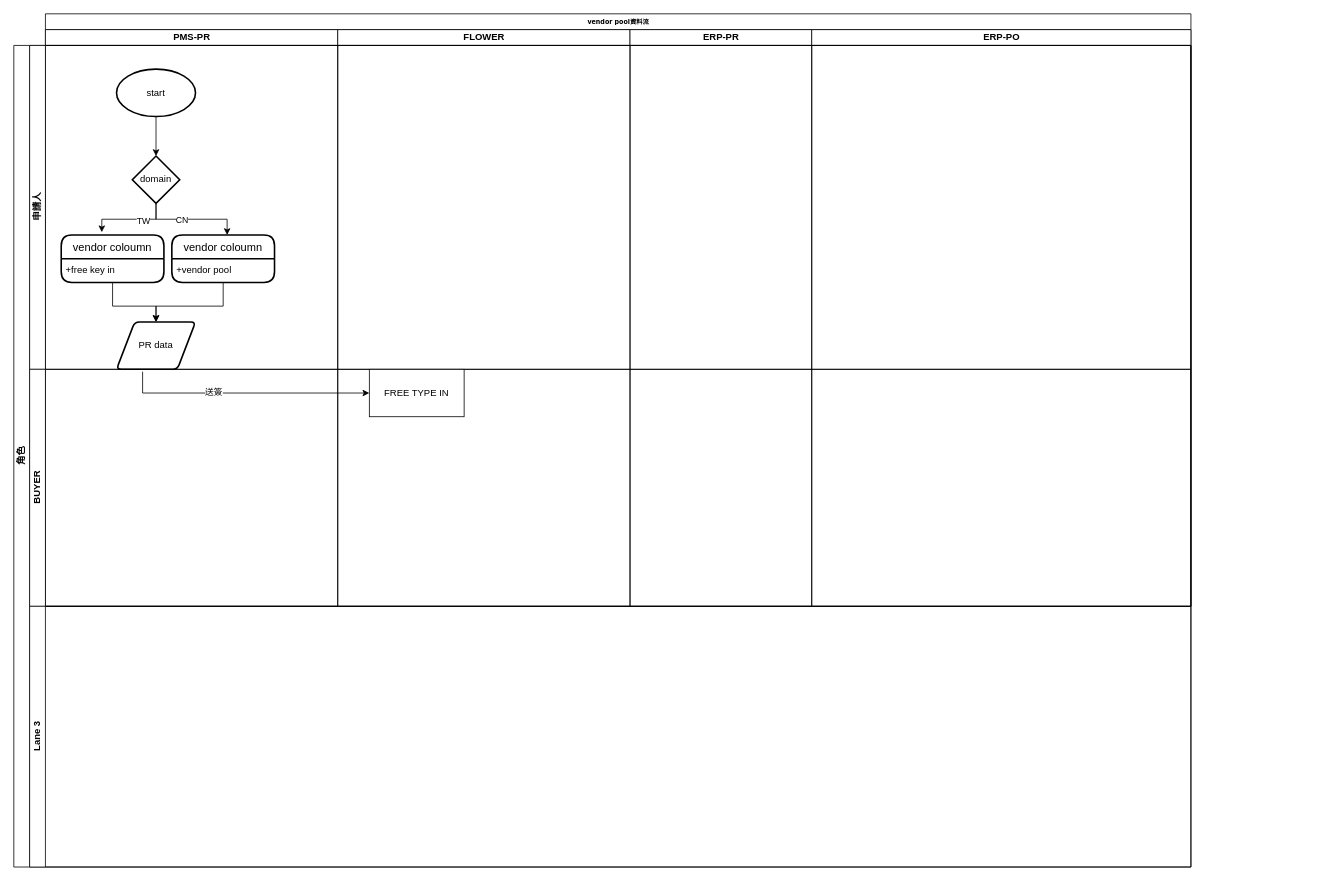
The draw.io diagram 未命名绘图.drawio in kevin94705/HW3M10923023, before the edit. Source tidied: cells renumbered, new cells numbered last; positions are measured from the earlier drawing's top-left corner, leaving out a move shared by most shapes. Both pictures are drawn from the tidied source at 79%, with x=0, y=0 at pixel (13, 13).
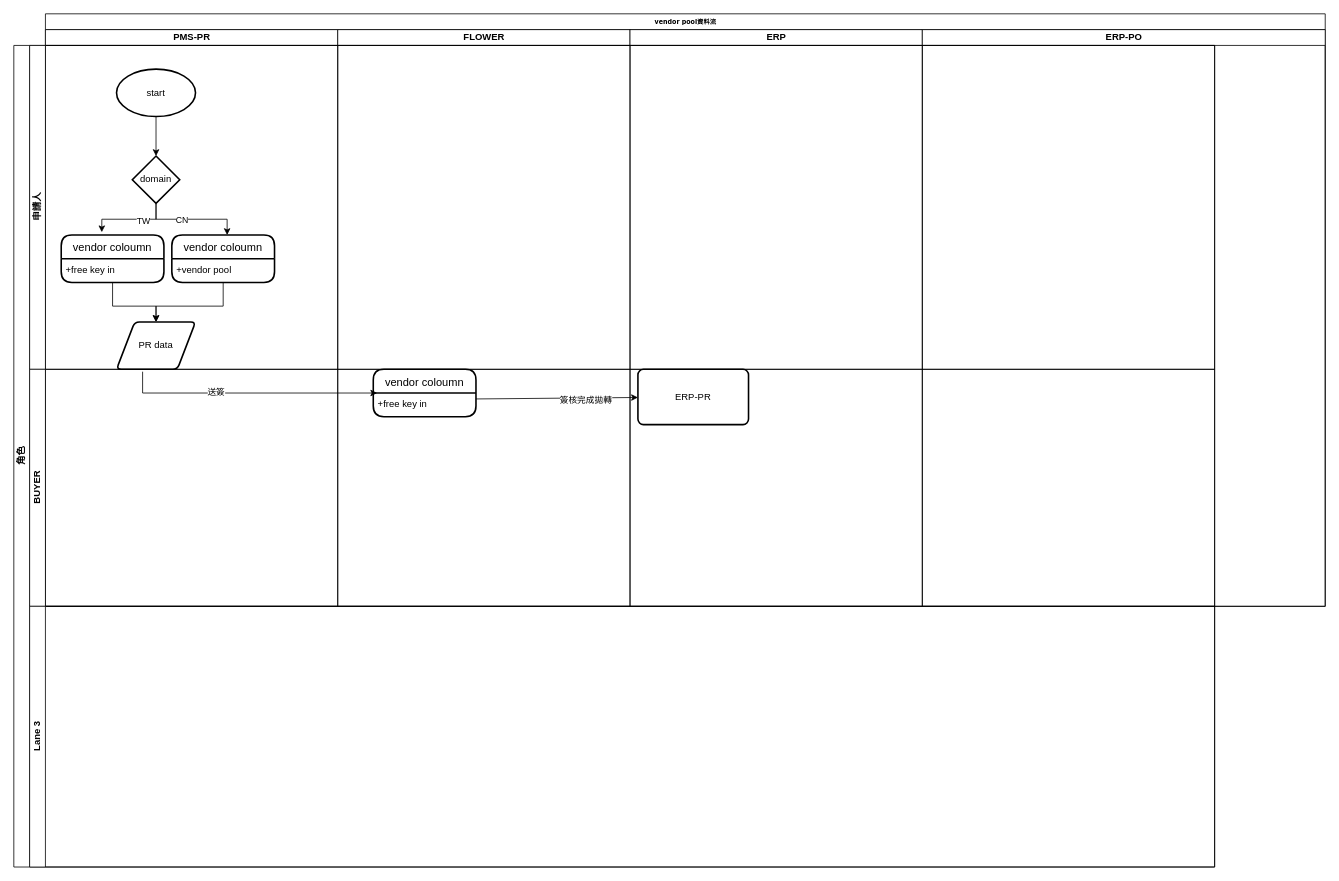
The same page after the edit.

Commit message:
更新未命名绘图.drawio

The change refers to these unchanged cells:
```xml
<mxCell id="4" value="PR data" style="shape=parallelogram;html=1;strokeWidth=2;perimeter=parallelogramPerimeter;whiteSpace=wrap;rounded=1;arcSize=12;size=0.23;" parent="3" vertex="1">
  <mxGeometry x="90" y="370" width="100" height="60" as="geometry" />
</mxCell>
```

Diff of the diagram source:
```diff
@@
     <mxCell id="2" value="vendor pool資料流" style="swimlane;html=1;startSize=20;rounded=0;shadow=0;labelBackgroundColor=none;strokeWidth=1;fontFamily=Verdana;fontSize=8;align=center;" parent="1" vertex="1">
-      <mxGeometry x="40" width="1450" height="750" as="geometry" />
+      <mxGeometry x="40" width="1620" height="750" as="geometry" />
     </mxCell>
@@
-    <mxCell id="11" value="ERP-PR" style="swimlane;html=1;startSize=20;" parent="2" vertex="1">
-      <mxGeometry x="740" y="20" width="230" height="730" as="geometry" />
+    <mxCell id="11" value="ERP" style="swimlane;html=1;startSize=20;" parent="2" vertex="1">
+      <mxGeometry x="740" y="20" width="370" height="730" as="geometry" />
     </mxCell>
     <mxCell id="12" value="ERP-PO" style="swimlane;html=1;startSize=20;" parent="2" vertex="1">
-      <mxGeometry x="970" y="20" width="480" height="730" as="geometry" />
+      <mxGeometry x="1110" y="20" width="510" height="730" as="geometry" />
     </mxCell>
     <mxCell id="13" value="角色" style="swimlane;horizontal=0;startSize=20;html=1;" parent="1" vertex="1">
-      <mxGeometry y="40" width="1490" height="1040" as="geometry" />
+      <mxGeometry y="40" width="1520" height="1040" as="geometry" />
     </mxCell>
     <mxCell id="14" value="申請人" style="swimlane;startSize=20;horizontal=0;html=1;" parent="13" vertex="1">
-      <mxGeometry x="20" width="1470" height="410" as="geometry" />
+      <mxGeometry x="20" width="1500" height="410" as="geometry" />
     </mxCell>
@@
     <mxCell id="19" value="BUYER" style="swimlane;startSize=20;horizontal=0;html=1;" parent="13" vertex="1">
-      <mxGeometry x="20" y="410" width="1470" height="300" as="geometry" />
+      <mxGeometry x="20" y="410" width="1500" height="300" as="geometry" />
     </mxCell>
-    <mxCell id="20" value="FREE TYPE IN" style="rounded=0;whiteSpace=wrap;html=1;direction=east;" parent="19" vertex="1">
-      <mxGeometry x="430" width="120" height="60" as="geometry" />
-    </mxCell>
+    <mxCell id="28" value="vendor coloumn" style="swimlane;horizontal=1;startSize=30;rounded=1;fontSize=14;fontStyle=0;strokeWidth=2;shadow=0;dashed=0;align=center;" parent="19" vertex="1">
+      <mxGeometry x="435" width="130" height="60" as="geometry" />
+    </mxCell>
+    <mxCell id="29" value="+free key in" style="align=left;strokeColor=none;fillColor=none;spacingLeft=4;fontSize=12;verticalAlign=top;" parent="28" vertex="1">
+      <mxGeometry y="30" width="130" height="30" as="geometry" />
+    </mxCell>
+    <mxCell id="30" value="ERP-PR" style="rounded=1;whiteSpace=wrap;html=1;absoluteArcSize=1;arcSize=14;strokeWidth=2;" parent="19" vertex="1">
+      <mxGeometry x="770" width="140" height="70" as="geometry" />
+    </mxCell>
+    <mxCell id="31" style="endArrow=classic;html=1;rounded=0;exitX=1;exitY=0.25;exitDx=0;exitDy=0;" parent="19" edge="1" source="29" target="30">
+      <mxGeometry relative="1" as="geometry" />
+    </mxCell>
+    <mxCell id="32" value="簽核完成拋轉" style="edgeLabel;html=1;align=center;verticalAlign=middle;" parent="31" vertex="1">
+      <mxGeometry x="0.35" y="-2" relative="1" as="geometry" />
+    </mxCell>
     <mxCell id="21" value="Lane 3" style="swimlane;startSize=20;horizontal=0;html=1;" parent="13" vertex="1">
-      <mxGeometry x="20" y="710" width="1470" height="330" as="geometry" />
+      <mxGeometry x="20" y="710" width="1500" height="330" as="geometry" />
     </mxCell>
-    <mxCell id="22" style="endArrow=classic;html=1;rounded=0;exitX=0.33;exitY=1.05;exitDx=0;exitDy=0;exitPerimeter=0;entryX=0;entryY=0.5;entryDx=0;entryDy=0;" parent="1" edge="1" source="4" target="20">
+    <mxCell id="22" style="endArrow=classic;html=1;rounded=0;exitX=0.33;exitY=1.05;exitDx=0;exitDy=0;exitPerimeter=0;entryX=0.038;entryY=0;entryDx=0;entryDy=0;entryPerimeter=0;" parent="1" edge="1" source="4" target="29">
       <mxGeometry relative="1" as="geometry">
         <Array as="points">
           <mxPoint x="163" y="480" />
         </Array>
       </mxGeometry>
     </mxCell>
```
